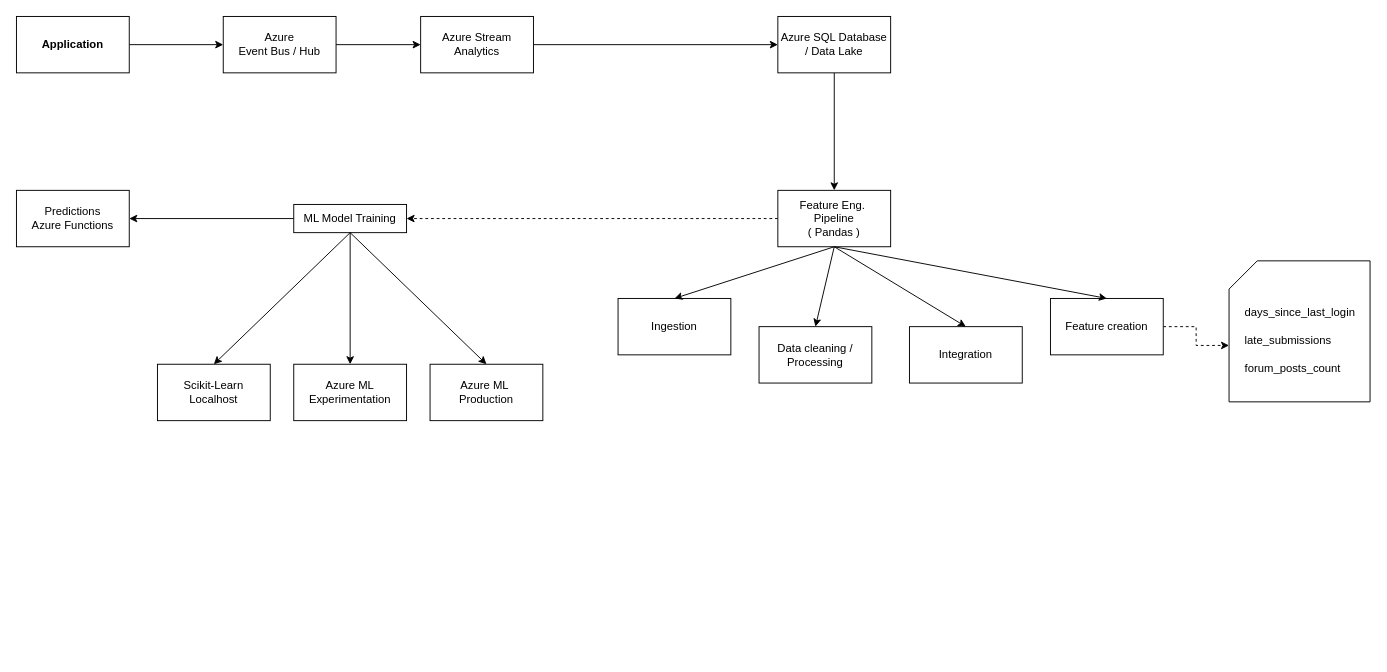
The draw.io diagram Untitled Diagram.drawio in kingsley-ijomah/draw.io, before the edit. Source tidied: cells renumbered, new cells numbered last; positions are measured from the earlier drawing's top-left corner, leaving out a move shared by most shapes. Both pictures are drawn from the tidied source at 94%, with x=0, y=0 at pixel (16, 16).
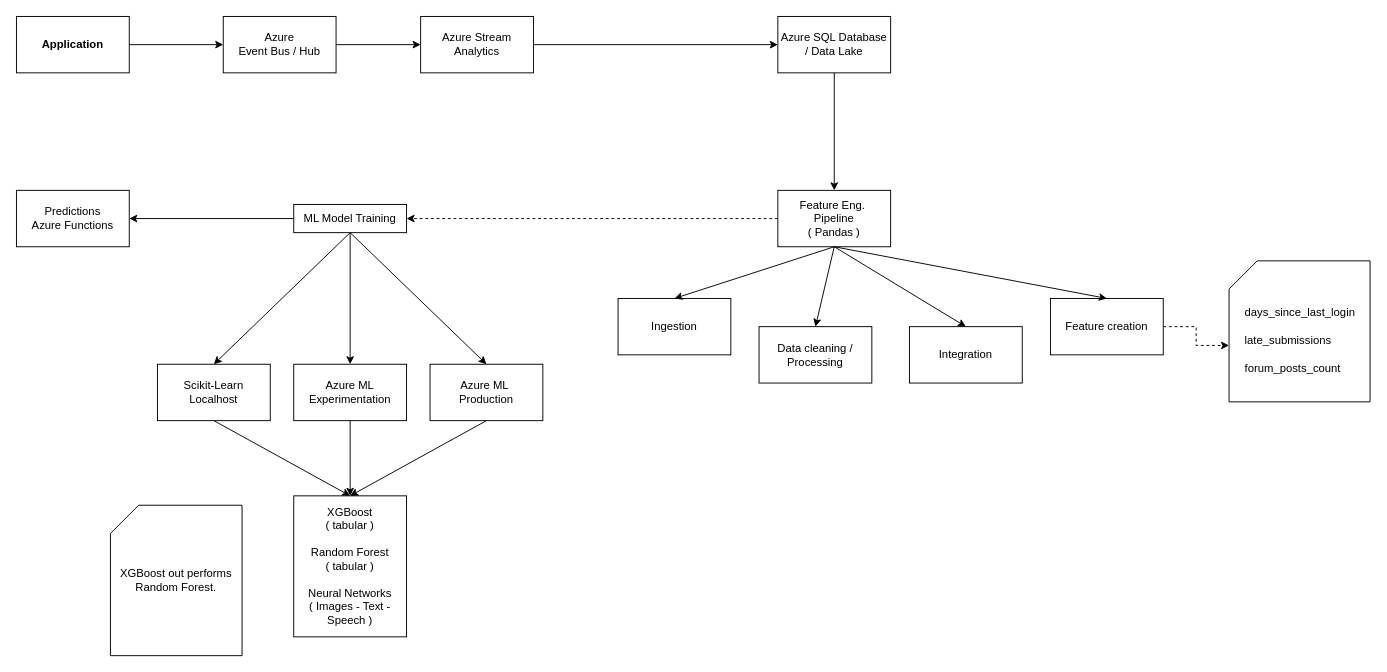
The same page after the edit.

The change refers to these unchanged cells:
```xml
<mxCell id="15" value="Scikit-Learn&lt;div&gt;Localhost&lt;/div&gt;" style="rounded=0;whiteSpace=wrap;html=1;" parent="1" vertex="1">
  <mxGeometry x="150" y="370" width="120" height="60" as="geometry" />
</mxCell>
<mxCell id="16" value="Azure ML Experimentation" style="rounded=0;whiteSpace=wrap;html=1;" parent="1" vertex="1">
  <mxGeometry x="295" y="370" width="120" height="60" as="geometry" />
</mxCell>
<mxCell id="17" value="Azure ML&amp;nbsp;&lt;div&gt;Production&lt;/div&gt;" style="rounded=0;whiteSpace=wrap;html=1;" parent="1" vertex="1">
  <mxGeometry x="440" y="370" width="120" height="60" as="geometry" />
</mxCell>
```

Diff of the diagram source:
```diff
@@
+    <mxCell id="35" value="XGBoost&lt;div&gt;( tabular )&lt;br&gt;&lt;br&gt;Random Forest&lt;div&gt;( tabular )&lt;/div&gt;&lt;div&gt;&lt;br&gt;&lt;/div&gt;&lt;div&gt;Neural Networks&lt;/div&gt;&lt;div&gt;( Images - Text - Speech )&lt;/div&gt;&lt;/div&gt;" style="rounded=0;whiteSpace=wrap;html=1;" parent="1" vertex="1">
+      <mxGeometry x="295" y="510" width="120" height="150" as="geometry" />
+    </mxCell>
+    <mxCell id="36" style="endArrow=classic;html=1;rounded=0;exitX=0.5;exitY=1;exitDx=0;exitDy=0;entryX=0.5;entryY=0;entryDx=0;entryDy=0;" parent="1" edge="1" source="15" target="35">
+      <mxGeometry relative="1" as="geometry" />
+    </mxCell>
+    <mxCell id="37" style="endArrow=classic;html=1;rounded=0;exitX=0.5;exitY=1;exitDx=0;exitDy=0;entryX=0.5;entryY=0;entryDx=0;entryDy=0;" parent="1" edge="1" source="16" target="35">
+      <mxGeometry relative="1" as="geometry" />
+    </mxCell>
+    <mxCell id="38" style="endArrow=classic;html=1;rounded=0;exitX=0.5;exitY=1;exitDx=0;exitDy=0;entryX=0.5;entryY=0;entryDx=0;entryDy=0;" parent="1" edge="1" source="17" target="35">
+      <mxGeometry relative="1" as="geometry" />
+    </mxCell>
+    <mxCell id="39" value="XGBoost out performs Random Forest." style="shape=card;whiteSpace=wrap;html=1;" parent="1" vertex="1">
+      <mxGeometry x="100" y="520" width="140" height="160" as="geometry" />
+    </mxCell>
```
